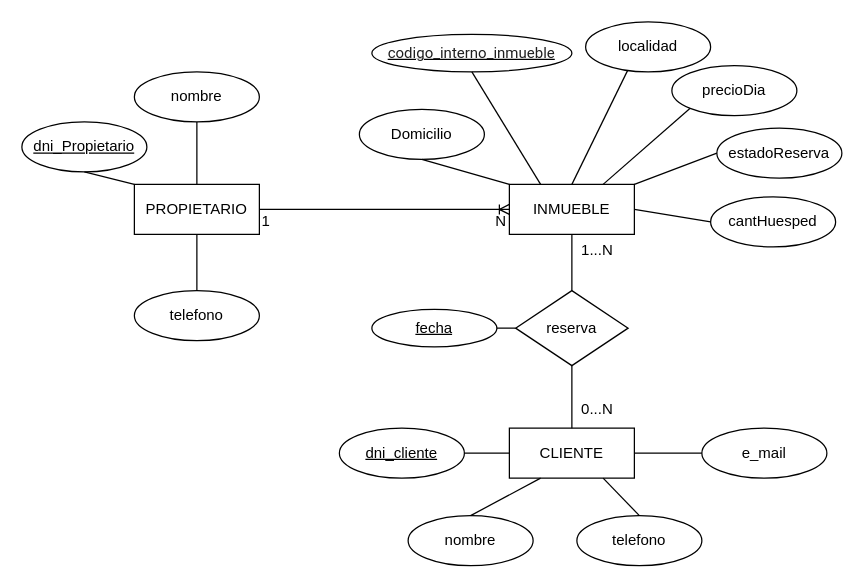
Earlier version of the draw.io diagram page "Alquiler-E-R" (1 of 2) of Diagrama sin título.drawio (carbai3/ABD_EJERCICIO1). Source tidied: cells renumbered, new cells numbered last; positions are measured from the earlier drawing's top-left corner, leaving out a move shared by most shapes. Both pictures are drawn from the tidied source at 125%, with x=0, y=0 at pixel (21, 21).
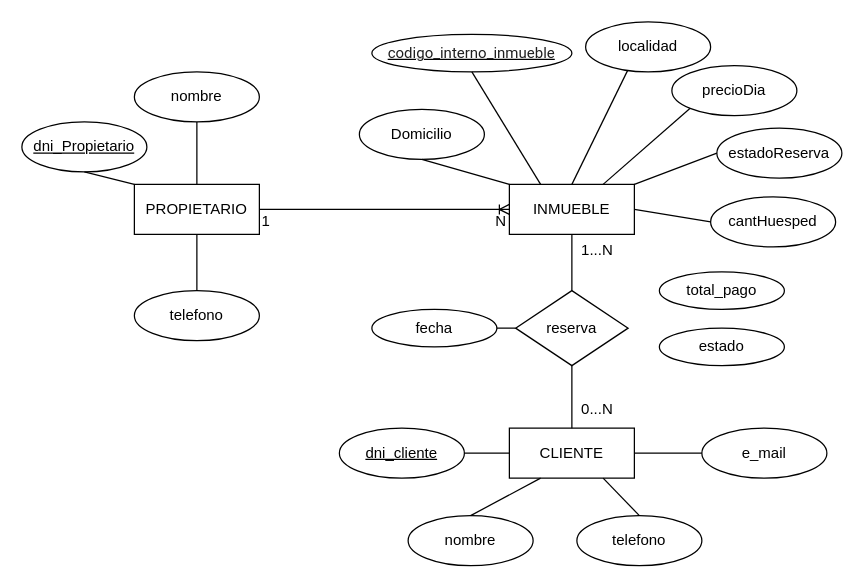
After the change.

Change to the diagram source:
```diff
@@
-    <mxCell id="27" value="&lt;u&gt;fecha&lt;/u&gt;" style="ellipse;whiteSpace=wrap;html=1;align=center;" parent="1" vertex="1">
+    <mxCell id="27" value="fecha" style="ellipse;whiteSpace=wrap;html=1;align=center;" parent="1" vertex="1">
       <mxGeometry x="280" y="230" width="100" height="30" as="geometry" />
     </mxCell>
@@
+    <mxCell id="43" value="estado" style="ellipse;whiteSpace=wrap;html=1;align=center;" parent="1" vertex="1">
+      <mxGeometry x="510" y="245" width="100" height="30" as="geometry" />
+    </mxCell>
+    <mxCell id="44" value="total_pago" style="ellipse;whiteSpace=wrap;html=1;align=center;" parent="1" vertex="1">
+      <mxGeometry x="510" y="200" width="100" height="30" as="geometry" />
+    </mxCell>
```
